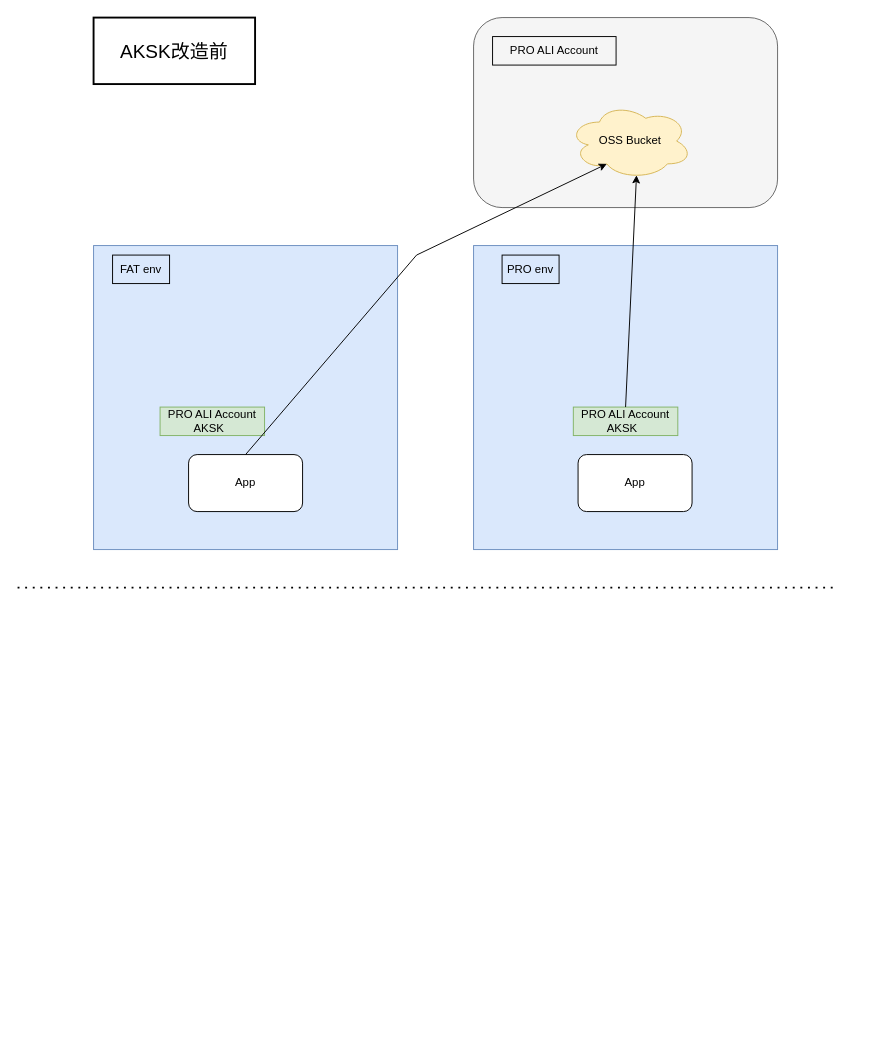
Before: oss-aksk.drawio in YanshanSong/draw.io, a draw.io diagram. Source tidied: cells renumbered, new cells numbered last; positions are measured from the earlier drawing's top-left corner, leaving out a move shared by most shapes. Both pictures are drawn from the tidied source at 95%, with x=0, y=0 at pixel (17, 17).
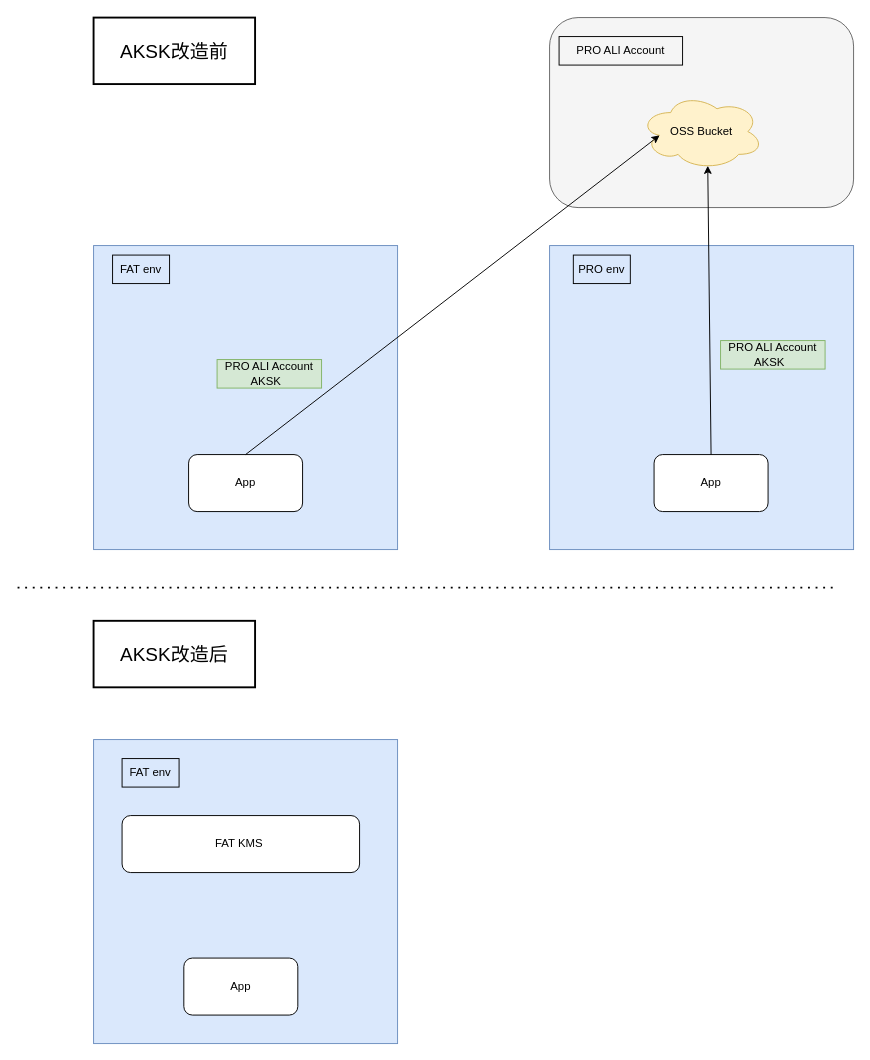
The same diagram, later.

The change refers to these unchanged cells:
```xml
<mxCell id="4" value="App" style="rounded=1;whiteSpace=wrap;html=1;" parent="1" vertex="1">
  <mxGeometry x="180" y="460" width="120" height="60" as="geometry" />
</mxCell>
```

What changed in the source:
```diff
@@
     <mxCell id="3" style="rounded=0;whiteSpace=wrap;html=1;fillColor=#dae8fc;strokeColor=#6c8ebf;" parent="1" vertex="1">
-      <mxGeometry x="480" y="240" width="320" height="320" as="geometry" />
+      <mxGeometry x="560" y="240" width="320" height="320" as="geometry" />
     </mxCell>
@@
     <mxCell id="6" value="App" style="rounded=1;whiteSpace=wrap;html=1;" parent="1" vertex="1">
-      <mxGeometry x="590" y="460" width="120" height="60" as="geometry" />
+      <mxGeometry x="670" y="460" width="120" height="60" as="geometry" />
     </mxCell>
     <mxCell id="7" value="PRO env" style="text;html=1;align=center;verticalAlign=middle;whiteSpace=wrap;rounded=0;strokeColor=default;" parent="1" vertex="1">
-      <mxGeometry x="510" y="250" width="60" height="30" as="geometry" />
+      <mxGeometry x="585" y="250" width="60" height="30" as="geometry" />
     </mxCell>
     <mxCell id="8" style="rounded=1;whiteSpace=wrap;html=1;fillColor=#f5f5f5;strokeColor=#666666;fontColor=#333333;" parent="1" vertex="1">
-      <mxGeometry x="480" width="320" height="200" as="geometry" />
+      <mxGeometry x="560" width="320" height="200" as="geometry" />
     </mxCell>
     <mxCell id="9" value="PRO ALI Account" style="text;html=1;align=center;verticalAlign=middle;whiteSpace=wrap;rounded=0;strokeColor=default;" parent="1" vertex="1">
-      <mxGeometry x="500" y="20" width="130" height="30" as="geometry" />
+      <mxGeometry x="570" y="20" width="130" height="30" as="geometry" />
     </mxCell>
     <mxCell id="10" value="OSS Bucket" style="ellipse;shape=cloud;whiteSpace=wrap;html=1;fillColor=#fff2cc;strokeColor=#d6b656;" parent="1" vertex="1">
-      <mxGeometry x="580" y="90" width="130" height="80" as="geometry" />
+      <mxGeometry x="655" y="80" width="130" height="80" as="geometry" />
     </mxCell>
     <mxCell id="11" value="PRO ALI Account&lt;div&gt;AKSK&amp;nbsp;&amp;nbsp;&lt;/div&gt;" style="text;html=1;align=center;verticalAlign=middle;whiteSpace=wrap;rounded=0;fillColor=#d5e8d4;strokeColor=#82b366;" parent="1" vertex="1">
-      <mxGeometry x="150" y="410" width="110" height="30" as="geometry" />
+      <mxGeometry x="210" y="360" width="110" height="30" as="geometry" />
     </mxCell>
     <mxCell id="12" value="PRO ALI Account&lt;div&gt;AKSK&amp;nbsp;&amp;nbsp;&lt;/div&gt;" style="text;html=1;align=center;verticalAlign=middle;whiteSpace=wrap;rounded=0;fillColor=#d5e8d4;strokeColor=#82b366;" parent="1" vertex="1">
-      <mxGeometry x="585" y="410" width="110" height="30" as="geometry" />
+      <mxGeometry x="740" y="340" width="110" height="30" as="geometry" />
     </mxCell>
-    <mxCell id="13" style="endArrow=classic;html=1;rounded=0;exitX=0.5;exitY=0;exitDx=0;exitDy=0;entryX=0.31;entryY=0.8;entryDx=0;entryDy=0;entryPerimeter=0;" parent="1" edge="1" source="4" target="10">
-      <mxGeometry relative="1" as="geometry">
-        <Array as="points">
-          <mxPoint x="420" y="250" />
-        </Array>
-      </mxGeometry>
-    </mxCell>
-    <mxCell id="14" style="endArrow=classic;html=1;rounded=0;exitX=0.5;exitY=0;exitDx=0;exitDy=0;entryX=0.55;entryY=0.95;entryDx=0;entryDy=0;entryPerimeter=0;" parent="1" edge="1" source="12" target="10">
-      <mxGeometry relative="1" as="geometry" />
-    </mxCell>
@@
+    <mxCell id="17" value="&lt;span style=&quot;font-size: 20px;&quot;&gt;AKSK改造后&lt;/span&gt;" style="text;html=1;align=center;verticalAlign=middle;whiteSpace=wrap;rounded=0;fillColor=none;strokeColor=default;strokeWidth=2;" parent="1" vertex="1">
+      <mxGeometry x="80" y="635" width="170" height="70" as="geometry" />
+    </mxCell>
+    <mxCell id="18" style="rounded=0;whiteSpace=wrap;html=1;fillColor=#dae8fc;strokeColor=#6c8ebf;" parent="1" vertex="1">
+      <mxGeometry x="80" y="760" width="320" height="320" as="geometry" />
+    </mxCell>
+    <mxCell id="19" value="FAT env" style="text;html=1;align=center;verticalAlign=middle;whiteSpace=wrap;rounded=0;strokeColor=default;" parent="1" vertex="1">
+      <mxGeometry x="110" y="780" width="60" height="30" as="geometry" />
+    </mxCell>
+    <mxCell id="20" value="FAT KMS&amp;nbsp;" style="rounded=1;whiteSpace=wrap;html=1;" parent="1" vertex="1">
+      <mxGeometry x="110" y="840" width="250" height="60" as="geometry" />
+    </mxCell>
+    <mxCell id="21" value="App" style="rounded=1;whiteSpace=wrap;html=1;" parent="1" vertex="1">
+      <mxGeometry x="175" y="990" width="120" height="60" as="geometry" />
+    </mxCell>
+    <mxCell id="13" style="endArrow=classic;html=1;rounded=0;exitX=0.5;exitY=0;exitDx=0;exitDy=0;entryX=0.16;entryY=0.55;entryDx=0;entryDy=0;entryPerimeter=0;" parent="1" edge="1" source="4" target="10">
+      <mxGeometry relative="1" as="geometry" />
+    </mxCell>
+    <mxCell id="22" style="endArrow=classic;html=1;rounded=0;exitX=0.5;exitY=0;exitDx=0;exitDy=0;entryX=0.55;entryY=0.95;entryDx=0;entryDy=0;entryPerimeter=0;" parent="1" edge="1" source="6" target="10">
+      <mxGeometry relative="1" as="geometry" />
+    </mxCell>
```
